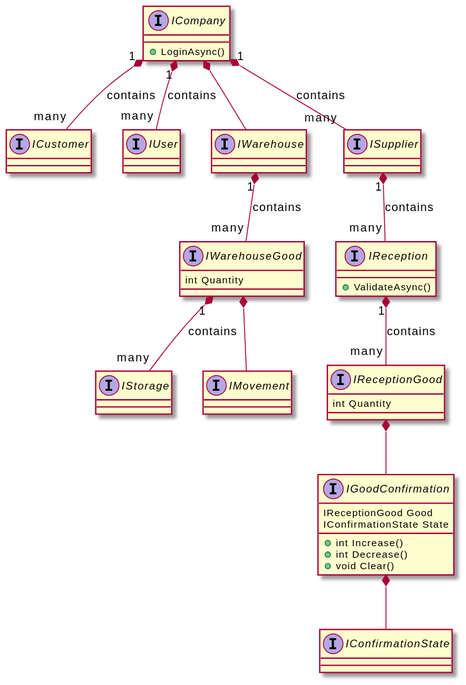
souly84/Warehouse.Core keeps this PlantUML diagram as docs/warehouse.uml.svg. Above is the earlier version. The source it was exported from:
```plantuml
@startuml
interface       ICompany
{
  +LoginAsync()
}
interface       ICustomer
interface       IUser
interface       IWarehouse
interface       ISupplier
interface       IReception
{
  +ValidateAsync()
}
interface       IReceptionGood
{
  int Quantity
}
interface       IGoodConfirmation
{
  IReceptionGood Good
  IConfirmationState State

  +int Increase()
  +int Decrease()
  +void Clear()
}

interface     IWarehouseGood
{
  int Quantity
}

interface     IStorage
interface     IMovement
interface     IConfirmationState

ICompany "1" *-- "many" ICustomer : contains
ICompany "1" *-- "many" IUser : contains
ICompany "1" *-- "many" ISupplier : contains
ICompany *-- IWarehouse

ISupplier "1" *-- "many" IReception : contains

IReception "1" *-- "many" IReceptionGood : contains

IReceptionGood *-- IGoodConfirmation

IGoodConfirmation *-- IConfirmationState

IWarehouse "1" *-- "many" IWarehouseGood : contains
IWarehouseGood "1" *-- "many" IStorage : contains
IWarehouseGood *-- IMovement
@enduml
```
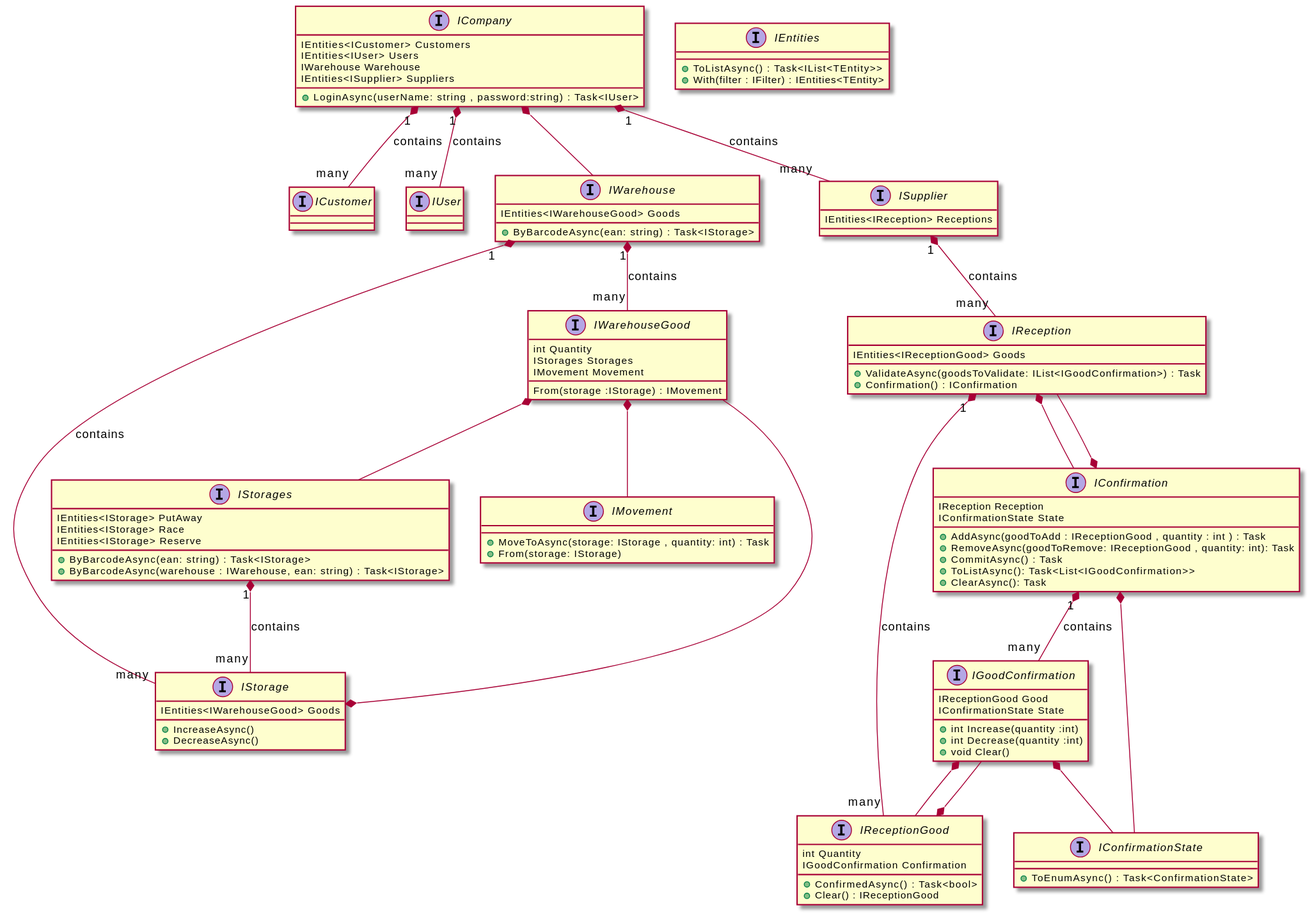
After the commit.

Commit message:
uml diagram update

The edit, as a diff of the source:
```diff
@@ -1,38 +1,103 @@
 @startuml
 interface       ICompany
 {
-  +LoginAsync()
+  IEntities<ICustomer> Customers
+  IEntities<IUser> Users
+  IWarehouse Warehouse
+  IEntities<ISupplier> Suppliers
+  +LoginAsync(userName: string , password:string) : Task<IUser>
 }
+
+interface       IEntities
+{
+  +ToListAsync() : Task<IList<TEntity>>
+  +With(filter : IFilter) : IEntities<TEntity>
+}
+
 interface       ICustomer
 interface       IUser
 interface       IWarehouse
+{
+  IEntities<IWarehouseGood> Goods
+
+  +ByBarcodeAsync(ean: string) : Task<IStorage>
+}
 interface       ISupplier
+{
+  IEntities<IReception> Receptions
+}
 interface       IReception
 {
-  +ValidateAsync()
+  IEntities<IReceptionGood> Goods
+
+  +ValidateAsync(goodsToValidate: IList<IGoodConfirmation>) : Task
+  +Confirmation() : IConfirmation
 }
+
+interface     IConfirmation
+{
+  IReception Reception
+  IConfirmationState State
+
+  +AddAsync(goodToAdd : IReceptionGood , quantity : int ) : Task
+  +RemoveAsync(goodToRemove: IReceptionGood , quantity: int): Task
+  +CommitAsync() : Task
+  +ToListAsync(): Task<List<IGoodConfirmation>>
+  +ClearAsync(): Task
+}
+
 interface       IReceptionGood
 {
   int Quantity
+  IGoodConfirmation Confirmation
+
+  +ConfirmedAsync() : Task<bool>
+  +Clear() : IReceptionGood
 }
 interface       IGoodConfirmation
 {
   IReceptionGood Good
   IConfirmationState State
 
-  +int Increase()
-  +int Decrease()
+  +int Increase(quantity :int)
+  +int Decrease(quantity :int)
   +void Clear()
 }
 
 interface     IWarehouseGood
 {
   int Quantity
+  IStorages Storages
+  IMovement Movement
+
+  From(storage :IStorage) : IMovement
 }
 
+interface     IStorages
+{
+  IEntities<IStorage> PutAway
+  IEntities<IStorage> Race
+  IEntities<IStorage> Reserve
+
+  +ByBarcodeAsync(ean: string) : Task<IStorage>
+  +ByBarcodeAsync(warehouse : IWarehouse, ean: string) : Task<IStorage>
+}
 interface     IStorage
+{
+  IEntities<IWarehouseGood> Goods
+
+  +IncreaseAsync()
+  +DecreaseAsync()
+}
 interface     IMovement
+{
+  +MoveToAsync(storage: IStorage , quantity: int) : Task
+  +From(storage: IStorage)
+}
 interface     IConfirmationState
+{
+  +ToEnumAsync() : Task<ConfirmationState>
+}
 
 ICompany "1" *-- "many" ICustomer : contains
 ICompany "1" *-- "many" IUser : contains
@@ -42,12 +107,21 @@
 ISupplier "1" *-- "many" IReception : contains
 
 IReception "1" *-- "many" IReceptionGood : contains
-
+IReception *-- IConfirmation
 IReceptionGood *-- IGoodConfirmation
 
+IConfirmation *-- IReception
+IConfirmation *-- IConfirmationState
+IConfirmation "1" *-- "many" IGoodConfirmation : contains
+
+
 IGoodConfirmation *-- IConfirmationState
+IGoodConfirmation *-- IReceptionGood
 
 IWarehouse "1" *-- "many" IWarehouseGood : contains
-IWarehouseGood "1" *-- "many" IStorage : contains
+IWarehouse "1" *-- "many" IStorage : contains
+IWarehouseGood *-- IStorages
 IWarehouseGood *-- IMovement
+IStorages "1" *-- "many" IStorage : contains
+IStorage *-- IWarehouseGood
 @enduml
```
